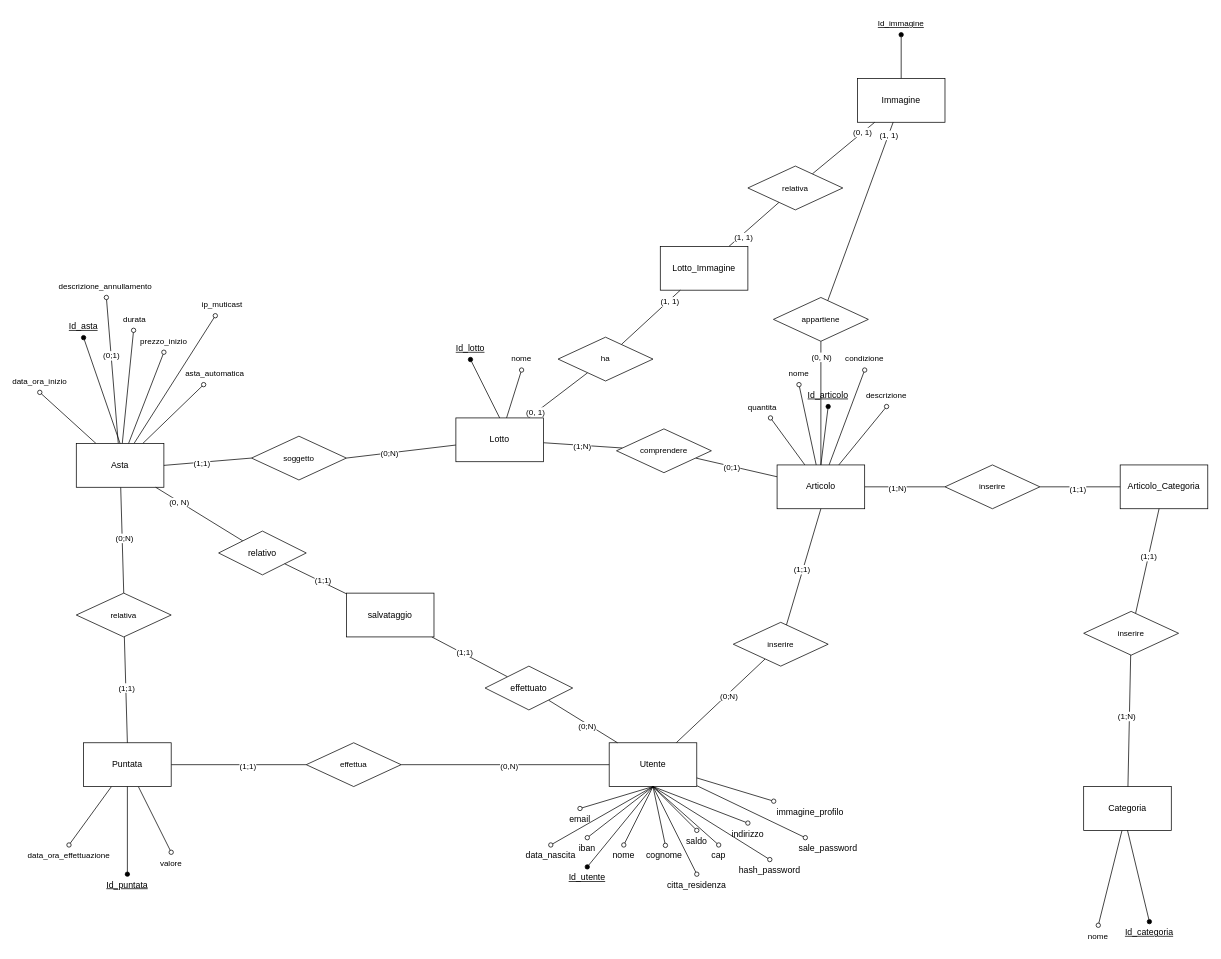
Chaos-Rat/GAO keeps this draw.io diagram as documenti/Schema_ER.drawio. Above is the earlier version. Source tidied: cells renumbered, new cells numbered last; positions are measured from the earlier drawing's top-left corner, leaving out a move shared by most shapes. Both pictures are drawn from the tidied source at 73%, with x=0, y=0 at pixel (18, 12).
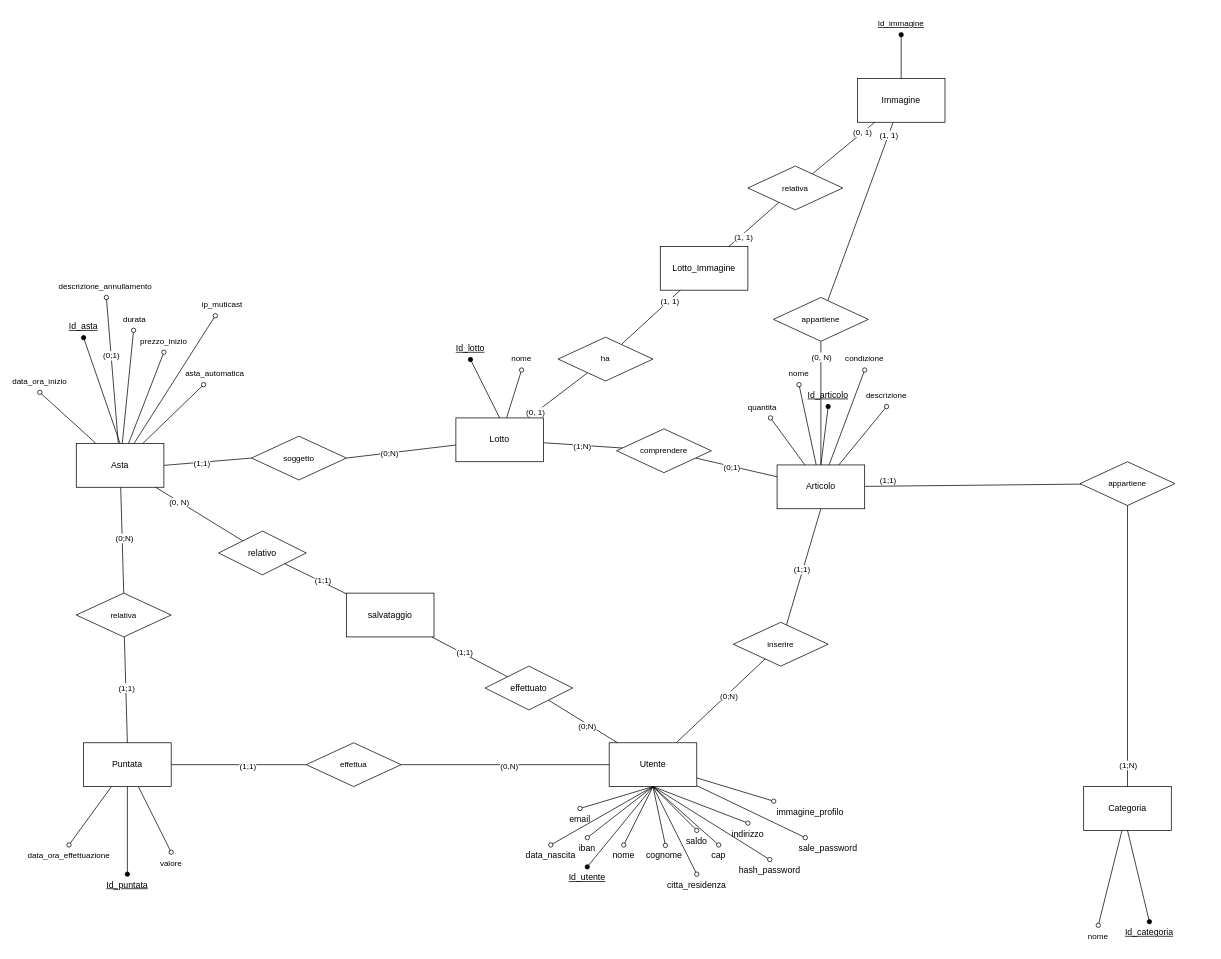
Above is the later version.

Unchanged cells that the change refers to:
```xml
<mxCell id="18" style="edgeStyle=none;rounded=0;jettySize=auto;html=1;strokeColor=default;align=center;verticalAlign=middle;fontFamily=Helvetica;fontSize=11;fontColor=default;labelBackgroundColor=default;endArrow=none;endFill=0;" parent="1" edge="1" source="27" target="104">
  <mxGeometry relative="1" as="geometry" />
</mxCell>
<mxCell id="42" value="Categoria" style="rounded=0;whiteSpace=wrap;html=1;" parent="1" vertex="1">
  <mxGeometry x="1460" y="1060" width="120" height="60" as="geometry" />
</mxCell>
```

Change to the diagram source:
```diff
@@
-    <mxCell id="19" value="(1;N)" style="edgeLabel;html=1;align=center;verticalAlign=middle;fontFamily=Helvetica;fontSize=11;fontColor=default;labelBackgroundColor=default;" parent="18" vertex="1">
-      <mxGeometry x="-0.2" y="-1" relative="1" as="geometry" />
+    <mxCell id="19" value="(1;1)" style="edgeLabel;html=1;align=center;verticalAlign=middle;fontFamily=Helvetica;fontSize=11;fontColor=default;labelBackgroundColor=default;" parent="18" vertex="1">
+      <mxGeometry x="-0.2" y="-1" relative="1" as="geometry">
+        <mxPoint x="-88" y="-9" as="offset" />
+      </mxGeometry>
     </mxCell>
@@
-    <mxCell id="95" style="edgeStyle=none;rounded=0;jettySize=auto;html=1;strokeColor=default;align=center;verticalAlign=middle;fontFamily=Helvetica;fontSize=11;fontColor=default;labelBackgroundColor=default;endArrow=none;endFill=0;" parent="1" edge="1" source="101" target="42">
+    <mxCell id="95" style="edgeStyle=none;rounded=0;jettySize=auto;html=1;strokeColor=default;align=center;verticalAlign=middle;fontFamily=Helvetica;fontSize=11;fontColor=default;labelBackgroundColor=default;endArrow=none;endFill=0;" parent="1" edge="1" source="104" target="42">
       <mxGeometry relative="1" as="geometry" />
     </mxCell>
     <mxCell id="96" value="(1;N)" style="edgeLabel;html=1;align=center;verticalAlign=middle;fontFamily=Helvetica;fontSize=11;fontColor=default;labelBackgroundColor=default;" parent="95" vertex="1">
-      <mxGeometry x="-0.07" y="-4" relative="1" as="geometry" />
+      <mxGeometry x="-0.07" y="-4" relative="1" as="geometry">
+        <mxPoint x="4" y="176" as="offset" />
+      </mxGeometry>
     </mxCell>
@@
-    <mxCell id="98" value="Articolo_Categoria" style="rounded=0;whiteSpace=wrap;html=1;" parent="1" vertex="1">
-      <mxGeometry x="1510" y="619.4" width="120" height="60" as="geometry" />
-    </mxCell>
-    <mxCell id="99" style="rounded=0;jettySize=auto;html=1;strokeColor=default;align=center;verticalAlign=middle;fontFamily=Helvetica;fontSize=11;fontColor=default;labelBackgroundColor=default;endArrow=none;endFill=0;" parent="1" edge="1" source="101" target="98">
-      <mxGeometry relative="1" as="geometry" />
-    </mxCell>
-    <mxCell id="100" value="(1;1)" style="edgeLabel;html=1;align=center;verticalAlign=middle;fontFamily=Helvetica;fontSize=11;fontColor=default;labelBackgroundColor=default;" parent="99" vertex="1">
-      <mxGeometry x="0.09" relative="1" as="geometry" />
-    </mxCell>
-    <mxCell id="101" value="inserire" style="rhombus;whiteSpace=wrap;html=1;fontFamily=Helvetica;fontSize=11;fontColor=default;labelBackgroundColor=default;" parent="1" vertex="1">
-      <mxGeometry x="1460" y="820" width="130" height="60" as="geometry" />
-    </mxCell>
-    <mxCell id="102" style="edgeStyle=orthogonalEdgeStyle;rounded=0;jettySize=auto;html=1;endArrow=none;endFill=0;" parent="1" edge="1" source="104" target="98">
-      <mxGeometry relative="1" as="geometry" />
-    </mxCell>
-    <mxCell id="103" value="(1;1)" style="edgeLabel;html=1;align=center;verticalAlign=middle;fontFamily=Helvetica;fontSize=11;fontColor=default;labelBackgroundColor=default;" parent="102" vertex="1">
-      <mxGeometry x="-0.07" y="-3" relative="1" as="geometry" />
-    </mxCell>
-    <mxCell id="104" value="inserire" style="rhombus;whiteSpace=wrap;html=1;fontFamily=Helvetica;fontSize=11;fontColor=default;labelBackgroundColor=default;" parent="1" vertex="1">
-      <mxGeometry x="1270" y="619.4" width="130" height="60" as="geometry" />
+    <mxCell id="104" value="appartiene" style="rhombus;whiteSpace=wrap;html=1;fontFamily=Helvetica;fontSize=11;fontColor=default;labelBackgroundColor=default;" parent="1" vertex="1">
+      <mxGeometry x="1455" y="615" width="130" height="60" as="geometry" />
     </mxCell>
```
